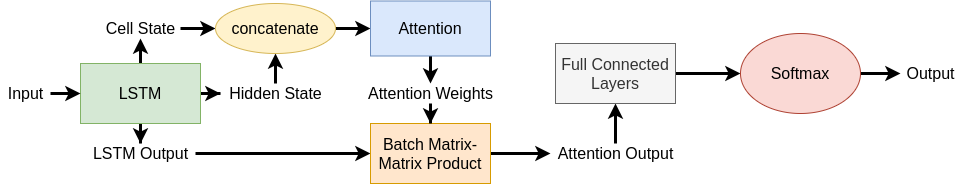
This is images/lstm_attn.png from andrew-miao/ECE657A_Project-text-classification, a draw.io export, as it was before one commit. Source tidied: cells renumbered, new cells last; positions are measured from the earlier drawing's top-left corner, leaving out a move shared by most shapes. Its diagram source:
```xml
<mxGraphModel>
  <root>
    <mxCell id="0" />
    <mxCell id="1" parent="0" />
    <mxCell id="2" style="edgeStyle=orthogonalEdgeStyle;rounded=0;jettySize=auto;html=1;strokeWidth=3;" parent="1" edge="1" source="5" target="9">
      <mxGeometry relative="1" as="geometry" />
    </mxCell>
    <mxCell id="3" style="edgeStyle=orthogonalEdgeStyle;rounded=0;jettySize=auto;html=1;strokeWidth=3;" parent="1" edge="1" source="5" target="11">
      <mxGeometry relative="1" as="geometry" />
    </mxCell>
    <mxCell id="4" style="edgeStyle=orthogonalEdgeStyle;rounded=0;jettySize=auto;html=1;strokeWidth=3;" parent="1" edge="1" source="5" target="17">
      <mxGeometry relative="1" as="geometry" />
    </mxCell>
    <mxCell id="5" value="&lt;font style=&quot;font-size: 16px&quot;&gt;LSTM&lt;/font&gt;" style="rounded=0;whiteSpace=wrap;html=1;fillColor=#d5e8d4;strokeColor=#82b366;" parent="1" vertex="1">
      <mxGeometry x="80" y="62" width="120" height="60" as="geometry" />
    </mxCell>
    <mxCell id="6" style="edgeStyle=orthogonalEdgeStyle;rounded=0;jettySize=auto;html=1;strokeWidth=3;" parent="1" edge="1" source="7" target="5">
      <mxGeometry relative="1" as="geometry" />
    </mxCell>
    <mxCell id="7" value="&lt;span style=&quot;font-size: 16px&quot;&gt;Input&lt;br&gt;&lt;/span&gt;" style="text;html=1;align=center;verticalAlign=middle;points=[];" parent="1" vertex="1">
      <mxGeometry y="82" width="50" height="20" as="geometry" />
    </mxCell>
    <mxCell id="8" style="edgeStyle=orthogonalEdgeStyle;rounded=0;jettySize=auto;html=1;strokeWidth=3;" parent="1" edge="1" source="9" target="13">
      <mxGeometry relative="1" as="geometry" />
    </mxCell>
    <mxCell id="9" value="&lt;font style=&quot;font-size: 16px&quot;&gt;Cell State&lt;/font&gt;" style="text;html=1;align=center;verticalAlign=middle;points=[];" parent="1" vertex="1">
      <mxGeometry x="100" y="17" width="80" height="20" as="geometry" />
    </mxCell>
    <mxCell id="10" style="edgeStyle=orthogonalEdgeStyle;rounded=0;jettySize=auto;html=1;strokeWidth=3;" parent="1" edge="1" source="11" target="13">
      <mxGeometry relative="1" as="geometry" />
    </mxCell>
    <mxCell id="11" value="&lt;font style=&quot;font-size: 16px&quot;&gt;Hidden State&lt;/font&gt;" style="text;html=1;align=center;verticalAlign=middle;points=[];" parent="1" vertex="1">
      <mxGeometry x="220" y="82" width="110" height="20" as="geometry" />
    </mxCell>
    <mxCell id="12" style="edgeStyle=orthogonalEdgeStyle;rounded=0;jettySize=auto;html=1;strokeWidth=3;" parent="1" edge="1" source="13" target="15">
      <mxGeometry relative="1" as="geometry" />
    </mxCell>
    <mxCell id="13" value="&lt;font style=&quot;font-size: 16px&quot;&gt;concatenate&lt;/font&gt;" style="ellipse;whiteSpace=wrap;html=1;fillColor=#fff2cc;strokeColor=#d6b656;" parent="1" vertex="1">
      <mxGeometry x="215" y="2" width="120" height="50" as="geometry" />
    </mxCell>
    <mxCell id="14" style="edgeStyle=orthogonalEdgeStyle;rounded=0;jettySize=auto;html=1;strokeWidth=3;" parent="1" edge="1" source="15" target="21">
      <mxGeometry relative="1" as="geometry" />
    </mxCell>
    <mxCell id="15" value="&lt;font style=&quot;font-size: 16px&quot;&gt;Attention&lt;/font&gt;" style="rounded=0;whiteSpace=wrap;html=1;fillColor=#dae8fc;strokeColor=#6c8ebf;" parent="1" vertex="1">
      <mxGeometry x="370" y="-0.5" width="120" height="55" as="geometry" />
    </mxCell>
    <mxCell id="16" style="edgeStyle=orthogonalEdgeStyle;rounded=0;jettySize=auto;html=1;strokeWidth=3;" parent="1" edge="1" source="17" target="19">
      <mxGeometry relative="1" as="geometry" />
    </mxCell>
    <mxCell id="17" value="&lt;font style=&quot;font-size: 16px&quot;&gt;LSTM Output&lt;/font&gt;" style="text;html=1;align=center;verticalAlign=middle;points=[];" parent="1" vertex="1">
      <mxGeometry x="85" y="142" width="110" height="20" as="geometry" />
    </mxCell>
    <mxCell id="18" style="edgeStyle=orthogonalEdgeStyle;rounded=0;jettySize=auto;html=1;strokeWidth=3;" parent="1" edge="1" source="19" target="23">
      <mxGeometry relative="1" as="geometry" />
    </mxCell>
    <mxCell id="19" value="&lt;font style=&quot;font-size: 16px&quot;&gt;Batch Matrix-Matrix Product&lt;/font&gt;" style="rounded=0;whiteSpace=wrap;html=1;fillColor=#ffe6cc;strokeColor=#d79b00;" parent="1" vertex="1">
      <mxGeometry x="370" y="122" width="120" height="60" as="geometry" />
    </mxCell>
    <mxCell id="20" style="edgeStyle=orthogonalEdgeStyle;rounded=0;jettySize=auto;html=1;strokeWidth=3;" parent="1" edge="1" source="21" target="19">
      <mxGeometry relative="1" as="geometry" />
    </mxCell>
    <mxCell id="21" value="&lt;font style=&quot;font-size: 16px&quot;&gt;Attention Weights&lt;/font&gt;" style="text;html=1;align=center;verticalAlign=middle;points=[];" parent="1" vertex="1">
      <mxGeometry x="360" y="82" width="140" height="20" as="geometry" />
    </mxCell>
    <mxCell id="22" style="edgeStyle=orthogonalEdgeStyle;rounded=0;jettySize=auto;html=1;strokeWidth=3;" parent="1" edge="1" source="23" target="25">
      <mxGeometry relative="1" as="geometry" />
    </mxCell>
    <mxCell id="23" value="&lt;font style=&quot;font-size: 16px&quot;&gt;Attention Output&lt;/font&gt;" style="text;html=1;align=center;verticalAlign=middle;points=[];" parent="1" vertex="1">
      <mxGeometry x="550" y="142" width="130" height="20" as="geometry" />
    </mxCell>
    <mxCell id="24" style="edgeStyle=orthogonalEdgeStyle;rounded=0;jettySize=auto;html=1;strokeWidth=3;" parent="1" edge="1" source="25" target="27">
      <mxGeometry relative="1" as="geometry" />
    </mxCell>
    <mxCell id="25" value="&lt;span style=&quot;font-size: 16px&quot;&gt;Full Connected Layers&lt;/span&gt;" style="rounded=0;whiteSpace=wrap;html=1;fillColor=#f5f5f5;strokeColor=#666666;fontColor=#333333;" parent="1" vertex="1">
      <mxGeometry x="555" y="42" width="120" height="60" as="geometry" />
    </mxCell>
    <mxCell id="26" style="edgeStyle=orthogonalEdgeStyle;rounded=0;jettySize=auto;html=1;strokeWidth=3;" parent="1" edge="1" source="27" target="28">
      <mxGeometry relative="1" as="geometry" />
    </mxCell>
    <mxCell id="27" value="&lt;font style=&quot;font-size: 16px&quot;&gt;Softmax&lt;/font&gt;" style="ellipse;whiteSpace=wrap;html=1;fillColor=#fad9d5;strokeColor=#ae4132;" parent="1" vertex="1">
      <mxGeometry x="740" y="32" width="120" height="80" as="geometry" />
    </mxCell>
    <mxCell id="28" value="&lt;font style=&quot;font-size: 16px&quot;&gt;Output&lt;/font&gt;" style="text;html=1;align=center;verticalAlign=middle;points=[];" parent="1" vertex="1">
      <mxGeometry x="900" y="62" width="60" height="20" as="geometry" />
    </mxCell>
  </root>
</mxGraphModel>
```
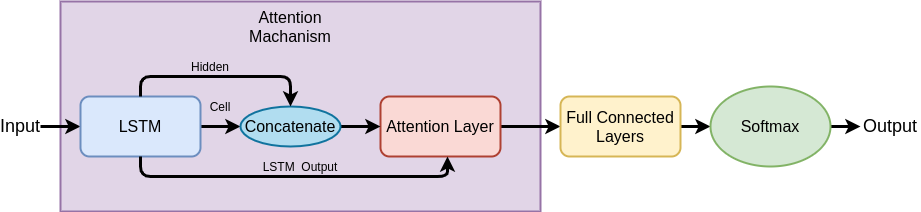
The same diagram one commit later.

Change to the diagram source:
```diff
@@ -2,86 +2,77 @@
   <root>
     <mxCell id="0" />
     <mxCell id="1" parent="0" />
-    <mxCell id="2" style="edgeStyle=orthogonalEdgeStyle;rounded=0;jettySize=auto;html=1;strokeWidth=3;" parent="1" edge="1" source="5" target="9">
-      <mxGeometry relative="1" as="geometry" />
-    </mxCell>
-    <mxCell id="3" style="edgeStyle=orthogonalEdgeStyle;rounded=0;jettySize=auto;html=1;strokeWidth=3;" parent="1" edge="1" source="5" target="11">
-      <mxGeometry relative="1" as="geometry" />
-    </mxCell>
-    <mxCell id="4" style="edgeStyle=orthogonalEdgeStyle;rounded=0;jettySize=auto;html=1;strokeWidth=3;" parent="1" edge="1" source="5" target="17">
-      <mxGeometry relative="1" as="geometry" />
-    </mxCell>
-    <mxCell id="5" value="&lt;font style=&quot;font-size: 16px&quot;&gt;LSTM&lt;/font&gt;" style="rounded=0;whiteSpace=wrap;html=1;fillColor=#d5e8d4;strokeColor=#82b366;" parent="1" vertex="1">
-      <mxGeometry x="80" y="62" width="120" height="60" as="geometry" />
-    </mxCell>
+    <mxCell id="29" style="rounded=0;whiteSpace=wrap;html=1;fillColor=#e1d5e7;strokeColor=#9673a6;strokeWidth=2;" parent="1" vertex="1">
+      <mxGeometry x="120" y="67" width="480" height="210" as="geometry" />
+    </mxCell>
-    <mxCell id="6" style="edgeStyle=orthogonalEdgeStyle;rounded=0;jettySize=auto;html=1;strokeWidth=3;" parent="1" edge="1" source="7" target="5">
+    <mxCell id="6" style="edgeStyle=orthogonalEdgeStyle;rounded=0;jettySize=auto;html=1;entryX=0;entryY=0.5;entryDx=0;entryDy=0;strokeWidth=3;" parent="1" edge="1" source="7" target="5">
       <mxGeometry relative="1" as="geometry" />
     </mxCell>
-    <mxCell id="7" value="&lt;span style=&quot;font-size: 16px&quot;&gt;Input&lt;br&gt;&lt;/span&gt;" style="text;html=1;align=center;verticalAlign=middle;points=[];" parent="1" vertex="1">
-      <mxGeometry y="82" width="50" height="20" as="geometry" />
+    <mxCell id="7" value="&lt;font style=&quot;font-size: 18px&quot;&gt;Input&lt;/font&gt;" style="text;html=1;strokeColor=none;fillColor=none;align=center;verticalAlign=middle;whiteSpace=wrap;rounded=0;" parent="1" vertex="1">
+      <mxGeometry x="60" y="182" width="40" height="20" as="geometry" />
     </mxCell>
-    <mxCell id="8" style="edgeStyle=orthogonalEdgeStyle;rounded=0;jettySize=auto;html=1;strokeWidth=3;" parent="1" edge="1" source="9" target="13">
-      <mxGeometry relative="1" as="geometry" />
-    </mxCell>
-    <mxCell id="9" value="&lt;font style=&quot;font-size: 16px&quot;&gt;Cell State&lt;/font&gt;" style="text;html=1;align=center;verticalAlign=middle;points=[];" parent="1" vertex="1">
-      <mxGeometry x="100" y="17" width="80" height="20" as="geometry" />
-    </mxCell>
-    <mxCell id="10" style="edgeStyle=orthogonalEdgeStyle;rounded=0;jettySize=auto;html=1;strokeWidth=3;" parent="1" edge="1" source="11" target="13">
-      <mxGeometry relative="1" as="geometry" />
-    </mxCell>
-    <mxCell id="11" value="&lt;font style=&quot;font-size: 16px&quot;&gt;Hidden State&lt;/font&gt;" style="text;html=1;align=center;verticalAlign=middle;points=[];" parent="1" vertex="1">
-      <mxGeometry x="220" y="82" width="110" height="20" as="geometry" />
-    </mxCell>
-    <mxCell id="12" style="edgeStyle=orthogonalEdgeStyle;rounded=0;jettySize=auto;html=1;strokeWidth=3;" parent="1" edge="1" source="13" target="15">
-      <mxGeometry relative="1" as="geometry" />
-    </mxCell>
-    <mxCell id="13" value="&lt;font style=&quot;font-size: 16px&quot;&gt;concatenate&lt;/font&gt;" style="ellipse;whiteSpace=wrap;html=1;fillColor=#fff2cc;strokeColor=#d6b656;" parent="1" vertex="1">
-      <mxGeometry x="215" y="2" width="120" height="50" as="geometry" />
-    </mxCell>
-    <mxCell id="14" style="edgeStyle=orthogonalEdgeStyle;rounded=0;jettySize=auto;html=1;strokeWidth=3;" parent="1" edge="1" source="15" target="21">
-      <mxGeometry relative="1" as="geometry" />
-    </mxCell>
-    <mxCell id="15" value="&lt;font style=&quot;font-size: 16px&quot;&gt;Attention&lt;/font&gt;" style="rounded=0;whiteSpace=wrap;html=1;fillColor=#dae8fc;strokeColor=#6c8ebf;" parent="1" vertex="1">
-      <mxGeometry x="370" y="-0.5" width="120" height="55" as="geometry" />
-    </mxCell>
-    <mxCell id="16" style="edgeStyle=orthogonalEdgeStyle;rounded=0;jettySize=auto;html=1;strokeWidth=3;" parent="1" edge="1" source="17" target="19">
-      <mxGeometry relative="1" as="geometry" />
-    </mxCell>
-    <mxCell id="17" value="&lt;font style=&quot;font-size: 16px&quot;&gt;LSTM Output&lt;/font&gt;" style="text;html=1;align=center;verticalAlign=middle;points=[];" parent="1" vertex="1">
-      <mxGeometry x="85" y="142" width="110" height="20" as="geometry" />
-    </mxCell>
-    <mxCell id="18" style="edgeStyle=orthogonalEdgeStyle;rounded=0;jettySize=auto;html=1;strokeWidth=3;" parent="1" edge="1" source="19" target="23">
-      <mxGeometry relative="1" as="geometry" />
-    </mxCell>
-    <mxCell id="19" value="&lt;font style=&quot;font-size: 16px&quot;&gt;Batch Matrix-Matrix Product&lt;/font&gt;" style="rounded=0;whiteSpace=wrap;html=1;fillColor=#ffe6cc;strokeColor=#d79b00;" parent="1" vertex="1">
-      <mxGeometry x="370" y="122" width="120" height="60" as="geometry" />
-    </mxCell>
-    <mxCell id="20" style="edgeStyle=orthogonalEdgeStyle;rounded=0;jettySize=auto;html=1;strokeWidth=3;" parent="1" edge="1" source="21" target="19">
-      <mxGeometry relative="1" as="geometry" />
-    </mxCell>
-    <mxCell id="21" value="&lt;font style=&quot;font-size: 16px&quot;&gt;Attention Weights&lt;/font&gt;" style="text;html=1;align=center;verticalAlign=middle;points=[];" parent="1" vertex="1">
-      <mxGeometry x="360" y="82" width="140" height="20" as="geometry" />
-    </mxCell>
-    <mxCell id="22" style="edgeStyle=orthogonalEdgeStyle;rounded=0;jettySize=auto;html=1;strokeWidth=3;" parent="1" edge="1" source="23" target="25">
-      <mxGeometry relative="1" as="geometry" />
-    </mxCell>
-    <mxCell id="23" value="&lt;font style=&quot;font-size: 16px&quot;&gt;Attention Output&lt;/font&gt;" style="text;html=1;align=center;verticalAlign=middle;points=[];" parent="1" vertex="1">
-      <mxGeometry x="550" y="142" width="130" height="20" as="geometry" />
-    </mxCell>
+    <mxCell id="30" value="&lt;font style=&quot;font-size: 16px&quot;&gt;Attention Machanism&lt;/font&gt;" style="text;html=1;strokeColor=none;fillColor=none;align=center;verticalAlign=middle;whiteSpace=wrap;rounded=0;" parent="1" vertex="1">
+      <mxGeometry x="330" y="82" width="40" height="20" as="geometry" />
+    </mxCell>
+    <mxCell id="31" style="edgeStyle=orthogonalEdgeStyle;rounded=0;jettySize=auto;html=1;strokeWidth=3;" parent="1" edge="1" source="5" target="35">
+      <mxGeometry relative="1" as="geometry" />
+    </mxCell>
+    <mxCell id="5" value="&lt;font style=&quot;font-size: 16px&quot;&gt;LSTM&lt;/font&gt;" style="rounded=1;whiteSpace=wrap;html=1;fillColor=#dae8fc;strokeColor=#6c8ebf;strokeWidth=2;" parent="1" vertex="1">
+      <mxGeometry x="140" y="162" width="120" height="60" as="geometry" />
+    </mxCell>
+    <mxCell id="32" style="edgeStyle=orthogonalEdgeStyle;rounded=0;jettySize=auto;html=1;strokeWidth=3;" parent="1" edge="1" source="33" target="25">
+      <mxGeometry relative="1" as="geometry" />
+    </mxCell>
+    <mxCell id="33" value="&lt;font style=&quot;font-size: 16px&quot;&gt;Attention Layer&lt;/font&gt;" style="rounded=1;whiteSpace=wrap;html=1;fillColor=#fad9d5;strokeColor=#ae4132;strokeWidth=2;" parent="1" vertex="1">
+      <mxGeometry x="440" y="162" width="120" height="60" as="geometry" />
+    </mxCell>
+    <mxCell id="34" style="edgeStyle=orthogonalEdgeStyle;rounded=0;jettySize=auto;html=1;strokeWidth=3;" parent="1" edge="1" source="35" target="33">
+      <mxGeometry relative="1" as="geometry" />
+    </mxCell>
+    <mxCell id="35" value="&lt;font style=&quot;font-size: 16px&quot;&gt;Concatenate&lt;/font&gt;" style="ellipse;whiteSpace=wrap;html=1;fillColor=#b1ddf0;strokeColor=#10739e;strokeWidth=2;" parent="1" vertex="1">
+      <mxGeometry x="300" y="172" width="100" height="40" as="geometry" />
+    </mxCell>
+    <mxCell id="36" style="endArrow=classic;html=1;exitX=0.5;exitY=0;exitDx=0;exitDy=0;entryX=0.5;entryY=0;entryDx=0;entryDy=0;strokeWidth=3;" parent="1" edge="1" source="5" target="35">
+      <mxGeometry relative="1" as="geometry">
+        <Array as="points">
+          <mxPoint x="200" y="142" />
+          <mxPoint x="270" y="142" />
+          <mxPoint x="350" y="142" />
+        </Array>
+      </mxGeometry>
+    </mxCell>
+    <mxCell id="37" value="Hidden" style="text;html=1;strokeColor=none;fillColor=none;align=center;verticalAlign=middle;whiteSpace=wrap;rounded=0;" parent="1" vertex="1">
+      <mxGeometry x="250" y="122" width="40" height="20" as="geometry" />
+    </mxCell>
+    <mxCell id="38" value="Cell" style="text;html=1;strokeColor=none;fillColor=none;align=center;verticalAlign=middle;whiteSpace=wrap;rounded=0;" parent="1" vertex="1">
+      <mxGeometry x="260" y="162" width="40" height="20" as="geometry" />
+    </mxCell>
+    <mxCell id="39" style="endArrow=classic;html=1;exitX=0.5;exitY=1;exitDx=0;exitDy=0;entryX=0.558;entryY=1;entryDx=0;entryDy=0;entryPerimeter=0;strokeWidth=3;" parent="1" edge="1" source="5" target="33">
+      <mxGeometry relative="1" as="geometry">
+        <Array as="points">
+          <mxPoint x="200" y="242" />
+          <mxPoint x="360" y="242" />
+          <mxPoint x="507" y="242" />
+        </Array>
+      </mxGeometry>
+    </mxCell>
     <mxCell id="24" style="edgeStyle=orthogonalEdgeStyle;rounded=0;jettySize=auto;html=1;strokeWidth=3;" parent="1" edge="1" source="25" target="27">
       <mxGeometry relative="1" as="geometry" />
     </mxCell>
-    <mxCell id="25" value="&lt;span style=&quot;font-size: 16px&quot;&gt;Full Connected Layers&lt;/span&gt;" style="rounded=0;whiteSpace=wrap;html=1;fillColor=#f5f5f5;strokeColor=#666666;fontColor=#333333;" parent="1" vertex="1">
-      <mxGeometry x="555" y="42" width="120" height="60" as="geometry" />
+    <mxCell id="25" value="&lt;font style=&quot;font-size: 16px&quot;&gt;Full Connected Layers&lt;/font&gt;" style="rounded=1;whiteSpace=wrap;html=1;fillColor=#fff2cc;strokeColor=#d6b656;strokeWidth=2;" parent="1" vertex="1">
+      <mxGeometry x="620" y="162" width="120" height="60" as="geometry" />
     </mxCell>
     <mxCell id="26" style="edgeStyle=orthogonalEdgeStyle;rounded=0;jettySize=auto;html=1;strokeWidth=3;" parent="1" edge="1" source="27" target="28">
       <mxGeometry relative="1" as="geometry" />
     </mxCell>
-    <mxCell id="27" value="&lt;font style=&quot;font-size: 16px&quot;&gt;Softmax&lt;/font&gt;" style="ellipse;whiteSpace=wrap;html=1;fillColor=#fad9d5;strokeColor=#ae4132;" parent="1" vertex="1">
-      <mxGeometry x="740" y="32" width="120" height="80" as="geometry" />
+    <mxCell id="27" value="&lt;font style=&quot;font-size: 16px&quot;&gt;Softmax&lt;/font&gt;" style="ellipse;whiteSpace=wrap;html=1;fillColor=#d5e8d4;strokeColor=#82b366;strokeWidth=2;" parent="1" vertex="1">
+      <mxGeometry x="770" y="152" width="120" height="80" as="geometry" />
     </mxCell>
-    <mxCell id="28" value="&lt;font style=&quot;font-size: 16px&quot;&gt;Output&lt;/font&gt;" style="text;html=1;align=center;verticalAlign=middle;points=[];" parent="1" vertex="1">
-      <mxGeometry x="900" y="62" width="60" height="20" as="geometry" />
+    <mxCell id="28" value="&lt;span style=&quot;font-size: 18px&quot;&gt;Output&lt;/span&gt;" style="text;html=1;strokeColor=none;fillColor=none;align=center;verticalAlign=middle;whiteSpace=wrap;rounded=0;" parent="1" vertex="1">
+      <mxGeometry x="920" y="182" width="60" height="20" as="geometry" />
     </mxCell>
+    <mxCell id="17" value="LSTM&amp;nbsp; Output" style="text;html=1;strokeColor=none;fillColor=none;align=center;verticalAlign=middle;whiteSpace=wrap;rounded=0;" parent="1" vertex="1">
+      <mxGeometry x="310" y="222" width="100" height="20" as="geometry" />
+    </mxCell>
   </root>
 </mxGraphModel>
```
